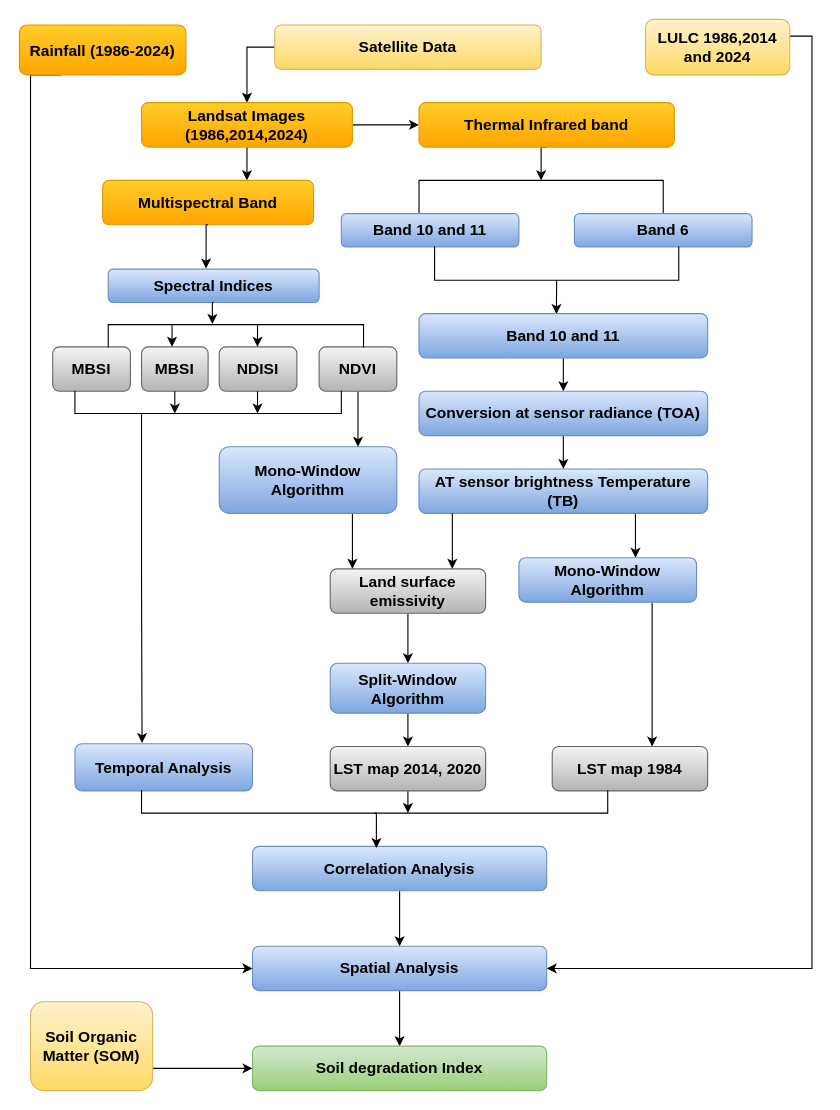
The draw.io diagram Object2.2N.drawio in yemioke/PRISMA2020, before the edit. Source tidied: cells renumbered, new cells numbered last; positions are measured from the earlier drawing's top-left corner, leaving out a move shared by most shapes. Both pictures are drawn from the tidied source at 111%, with x=0, y=0 at pixel (19, 19).
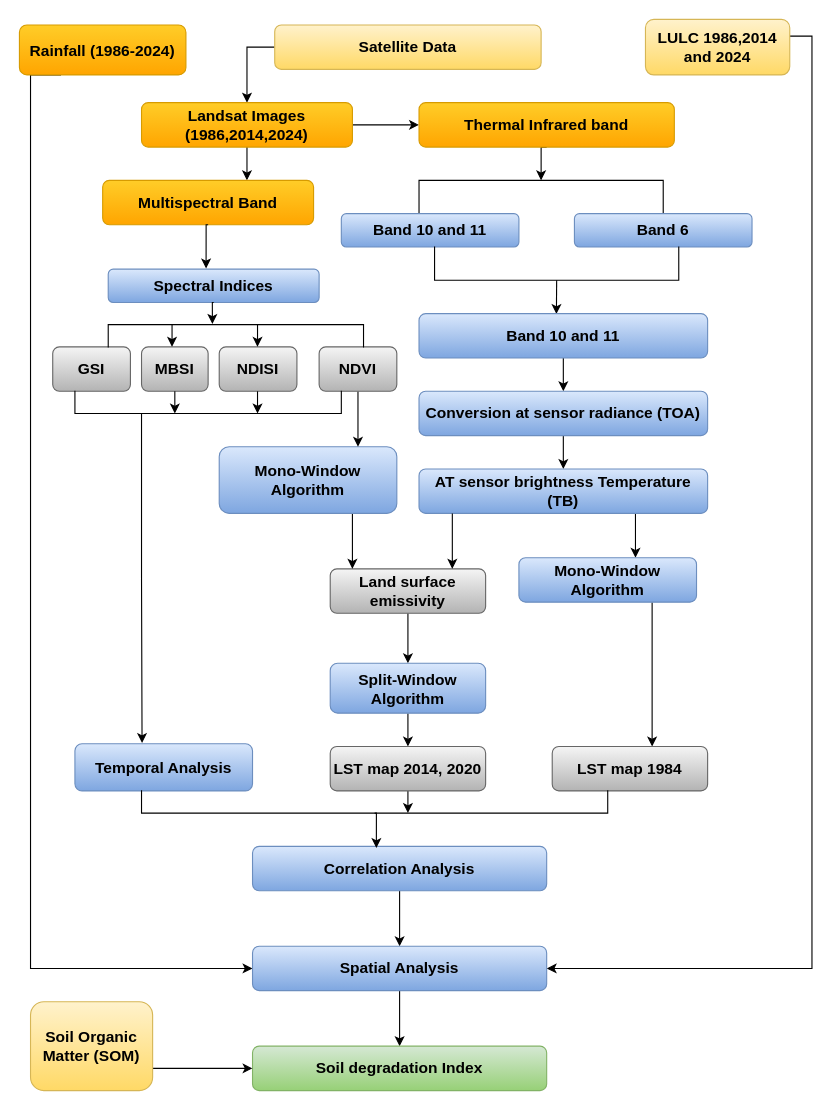
The same diagram, later.

Diff of the diagram source:
```diff
@@
-    <mxCell id="41" value="&lt;font style=&quot;font-size: 14px;&quot;&gt;&lt;b&gt;MBSI&lt;/b&gt;&lt;/font&gt;" style="rounded=1;whiteSpace=wrap;html=1;fillColor=#f5f5f5;gradientColor=#b3b3b3;strokeColor=#666666;" parent="1" vertex="1">
+    <mxCell id="41" value="&lt;font style=&quot;font-size: 14px;&quot;&gt;&lt;b&gt;GSI&lt;/b&gt;&lt;/font&gt;" style="rounded=1;whiteSpace=wrap;html=1;fillColor=#f5f5f5;gradientColor=#b3b3b3;strokeColor=#666666;" parent="1" vertex="1">
       <mxGeometry x="30" y="295" width="70" height="40" as="geometry" />
     </mxCell>
```
